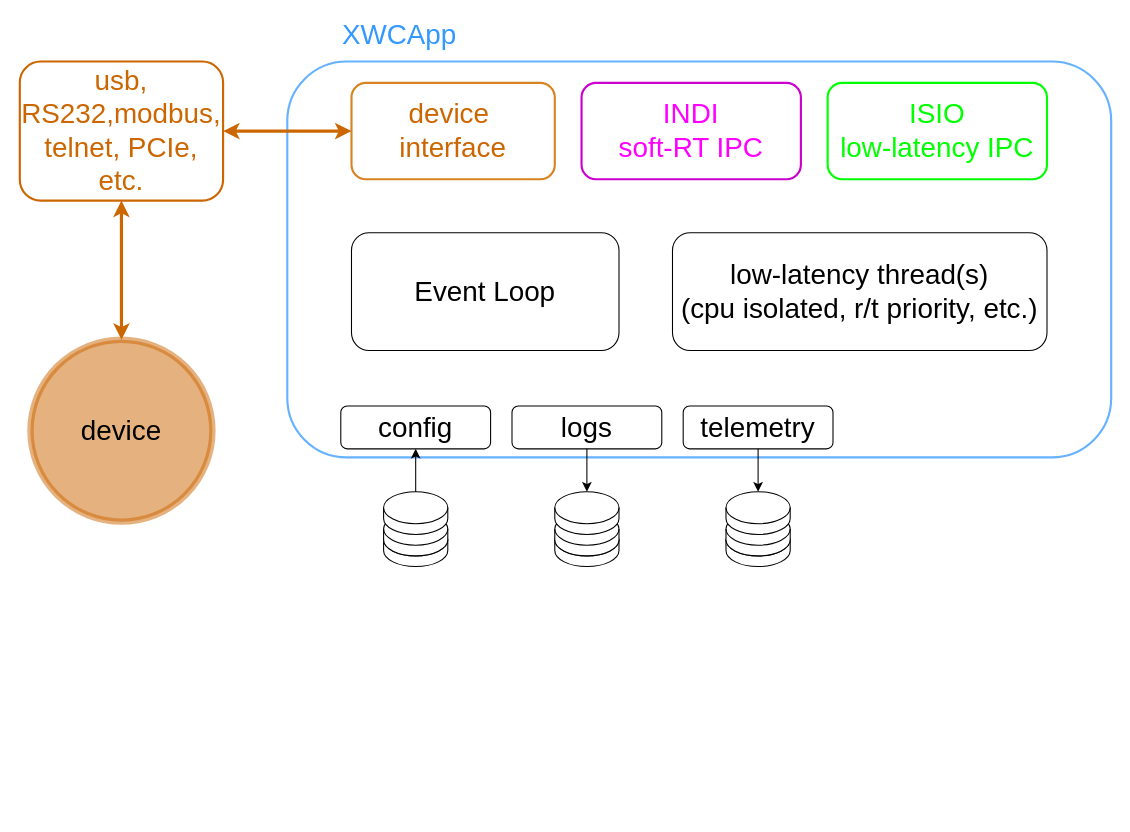
Earlier version of the draw.io diagram Untitled Diagram.drawio (jaredmales/drawio). Source tidied: cells renumbered, new cells numbered last; positions are measured from the earlier drawing's top-left corner, leaving out a move shared by most shapes. Both pictures are drawn from the tidied source at 107%, with x=0, y=0 at pixel (19, 18).
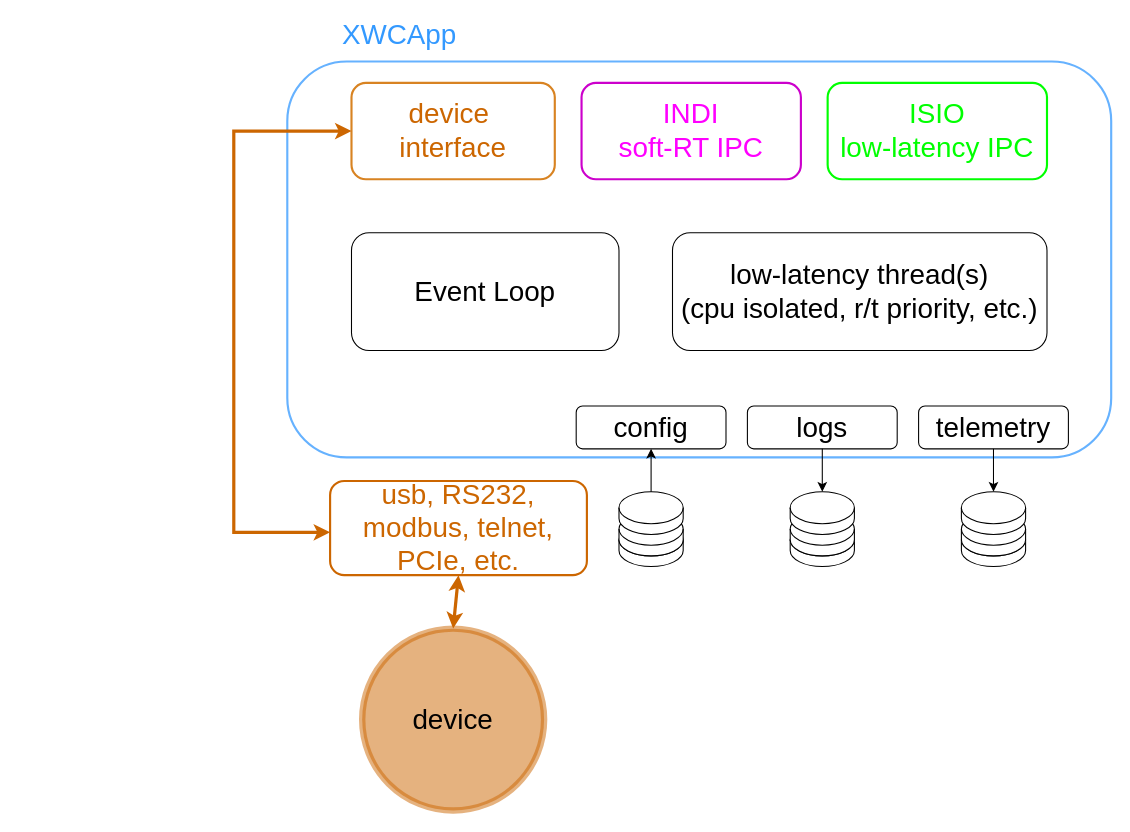
The same diagram, later.

Unchanged cells that the change refers to:
```xml
<mxCell id="5" value="&lt;font color=&quot;#cc6600&quot; style=&quot;font-size: 26px;&quot;&gt;device&amp;nbsp;&lt;/font&gt;&lt;div style=&quot;font-size: 26px;&quot;&gt;&lt;font color=&quot;#cc6600&quot; style=&quot;font-size: 26px;&quot;&gt;interface&lt;/font&gt;&lt;/div&gt;" style="rounded=1;whiteSpace=wrap;html=1;strokeColor=#d88322;strokeWidth=2;" parent="2" vertex="1">
  <mxGeometry x="310" y="60" width="190" height="90" as="geometry" />
</mxCell>
```

Diff of the diagram source:
```diff
@@
     <mxCell id="2" style="group;" parent="1" vertex="1">
-      <mxGeometry width="1020" height="512" as="geometry" />
+      <mxGeometry width="1020" height="520" as="geometry" />
     </mxCell>
     <mxCell id="3" style="shape=cylinder3;whiteSpace=wrap;html=1;boundedLbl=1;backgroundOutline=1;size=15;" parent="2" vertex="1">
-      <mxGeometry x="340" y="472" width="60" height="40" as="geometry" />
+      <mxGeometry x="560" y="472" width="60" height="40" as="geometry" />
     </mxCell>
@@
-    <mxCell id="10" value="&lt;font style=&quot;font-size: 26px;&quot;&gt;device&lt;/font&gt;" style="ellipse;whiteSpace=wrap;html=1;fillColor=#CC6600;strokeColor=#CC6600;fillStyle=solid;opacity=50;strokeWidth=6;" parent="2" vertex="1">
-      <mxGeometry x="10" y="300" width="170" height="170" as="geometry" />
-    </mxCell>
-    <mxCell id="11" value="&lt;font style=&quot;font-size: 26px;&quot;&gt;usb, RS232,modbus, telnet, PCIe, etc.&lt;/font&gt;" style="rounded=1;whiteSpace=wrap;html=1;strokeColor=#CC6600;strokeWidth=2;fontColor=#CC6600;" parent="2" vertex="1">
-      <mxGeometry y="40" width="190" height="130" as="geometry" />
+    <mxCell id="11" value="&lt;font style=&quot;font-size: 26px;&quot;&gt;usb, RS232, modbus, telnet, PCIe, etc.&lt;/font&gt;" style="rounded=1;whiteSpace=wrap;html=1;strokeColor=#CC6600;strokeWidth=2;fontColor=#CC6600;" parent="2" vertex="1">
+      <mxGeometry x="290" y="432" width="240" height="88" as="geometry" />
     </mxCell>
-    <mxCell id="12" style="endArrow=classic;startArrow=classic;html=1;rounded=0;entryX=0;entryY=0.5;entryDx=0;entryDy=0;exitX=1;exitY=0.5;exitDx=0;exitDy=0;strokeColor=#CC6600;strokeWidth=3;" parent="2" edge="1" source="11" target="5">
-      <mxGeometry relative="1" as="geometry" />
+    <mxCell id="12" style="endArrow=classic;startArrow=classic;html=1;rounded=0;entryX=0;entryY=0.5;entryDx=0;entryDy=0;strokeColor=#CC6600;strokeWidth=3;" parent="2" edge="1" target="5">
+      <mxGeometry relative="1" as="geometry">
+        <mxPoint x="290" y="480" as="sourcePoint" />
+        <Array as="points">
+          <mxPoint x="200" y="480" />
+          <mxPoint x="200" y="105" />
+        </Array>
+      </mxGeometry>
     </mxCell>
-    <mxCell id="13" style="endArrow=classic;startArrow=classic;html=1;rounded=0;exitX=0.5;exitY=0;exitDx=0;exitDy=0;entryX=0.5;entryY=1;entryDx=0;entryDy=0;fontColor=#CC6600;strokeColor=#CC6600;strokeWidth=3;" parent="2" edge="1" source="10" target="11">
-      <mxGeometry relative="1" as="geometry" />
-    </mxCell>
     <mxCell id="14" value="&lt;font style=&quot;font-size: 26px;&quot;&gt;config&lt;/font&gt;" style="rounded=1;whiteSpace=wrap;html=1;" parent="2" vertex="1">
-      <mxGeometry x="300" y="362" width="140" height="40" as="geometry" />
+      <mxGeometry x="520" y="362" width="140" height="40" as="geometry" />
     </mxCell>
     <mxCell id="15" value="&lt;font style=&quot;font-size: 26px;&quot;&gt;logs&lt;/font&gt;" style="rounded=1;whiteSpace=wrap;html=1;" parent="2" vertex="1">
-      <mxGeometry x="460" y="362" width="140" height="40" as="geometry" />
+      <mxGeometry x="680" y="362" width="140" height="40" as="geometry" />
     </mxCell>
     <mxCell id="16" value="&lt;span style=&quot;font-size: 26px;&quot;&gt;telemetry&lt;/span&gt;" style="rounded=1;whiteSpace=wrap;html=1;" parent="2" vertex="1">
-      <mxGeometry x="620" y="362" width="140" height="40" as="geometry" />
+      <mxGeometry x="840" y="362" width="140" height="40" as="geometry" />
     </mxCell>
     <mxCell id="17" style="shape=cylinder3;whiteSpace=wrap;html=1;boundedLbl=1;backgroundOutline=1;size=15;" parent="2" vertex="1">
-      <mxGeometry x="340" y="462" width="60" height="40" as="geometry" />
+      <mxGeometry x="560" y="462" width="60" height="40" as="geometry" />
     </mxCell>
     <mxCell id="18" style="shape=cylinder3;whiteSpace=wrap;html=1;boundedLbl=1;backgroundOutline=1;size=15;" parent="2" vertex="1">
-      <mxGeometry x="340" y="442" width="60" height="40" as="geometry" />
+      <mxGeometry x="560" y="442" width="60" height="40" as="geometry" />
     </mxCell>
     <mxCell id="19" style="shape=cylinder3;whiteSpace=wrap;html=1;boundedLbl=1;backgroundOutline=1;size=15;" parent="2" vertex="1">
-      <mxGeometry x="500" y="472" width="60" height="40" as="geometry" />
+      <mxGeometry x="720" y="472" width="60" height="40" as="geometry" />
     </mxCell>
     <mxCell id="20" style="shape=cylinder3;whiteSpace=wrap;html=1;boundedLbl=1;backgroundOutline=1;size=15;" parent="2" vertex="1">
-      <mxGeometry x="500" y="462" width="60" height="40" as="geometry" />
+      <mxGeometry x="720" y="462" width="60" height="40" as="geometry" />
     </mxCell>
     <mxCell id="21" style="shape=cylinder3;whiteSpace=wrap;html=1;boundedLbl=1;backgroundOutline=1;size=15;" parent="2" vertex="1">
-      <mxGeometry x="500" y="442" width="60" height="40" as="geometry" />
+      <mxGeometry x="720" y="442" width="60" height="40" as="geometry" />
     </mxCell>
     <mxCell id="22" style="shape=cylinder3;whiteSpace=wrap;html=1;boundedLbl=1;backgroundOutline=1;size=15;" parent="2" vertex="1">
-      <mxGeometry x="660" y="472" width="60" height="40" as="geometry" />
+      <mxGeometry x="880" y="472" width="60" height="40" as="geometry" />
     </mxCell>
     <mxCell id="23" style="shape=cylinder3;whiteSpace=wrap;html=1;boundedLbl=1;backgroundOutline=1;size=15;" parent="2" vertex="1">
-      <mxGeometry x="660" y="462" width="60" height="40" as="geometry" />
+      <mxGeometry x="880" y="462" width="60" height="40" as="geometry" />
     </mxCell>
     <mxCell id="24" style="shape=cylinder3;whiteSpace=wrap;html=1;boundedLbl=1;backgroundOutline=1;size=15;" parent="2" vertex="1">
-      <mxGeometry x="660" y="442" width="60" height="40" as="geometry" />
+      <mxGeometry x="880" y="442" width="60" height="40" as="geometry" />
     </mxCell>
@@
+    <mxCell id="10" value="&lt;font style=&quot;font-size: 26px;&quot;&gt;device&lt;/font&gt;" style="ellipse;whiteSpace=wrap;html=1;fillColor=#CC6600;strokeColor=#CC6600;fillStyle=solid;opacity=50;strokeWidth=6;" parent="1" vertex="1">
+      <mxGeometry x="320" y="570" width="170" height="170" as="geometry" />
+    </mxCell>
+    <mxCell id="13" style="endArrow=classic;startArrow=classic;html=1;rounded=0;exitX=0.5;exitY=0;exitDx=0;exitDy=0;entryX=0.5;entryY=1;entryDx=0;entryDy=0;fontColor=#CC6600;strokeColor=#CC6600;strokeWidth=3;" parent="1" edge="1" source="10" target="11">
+      <mxGeometry relative="1" as="geometry" />
+    </mxCell>
```
